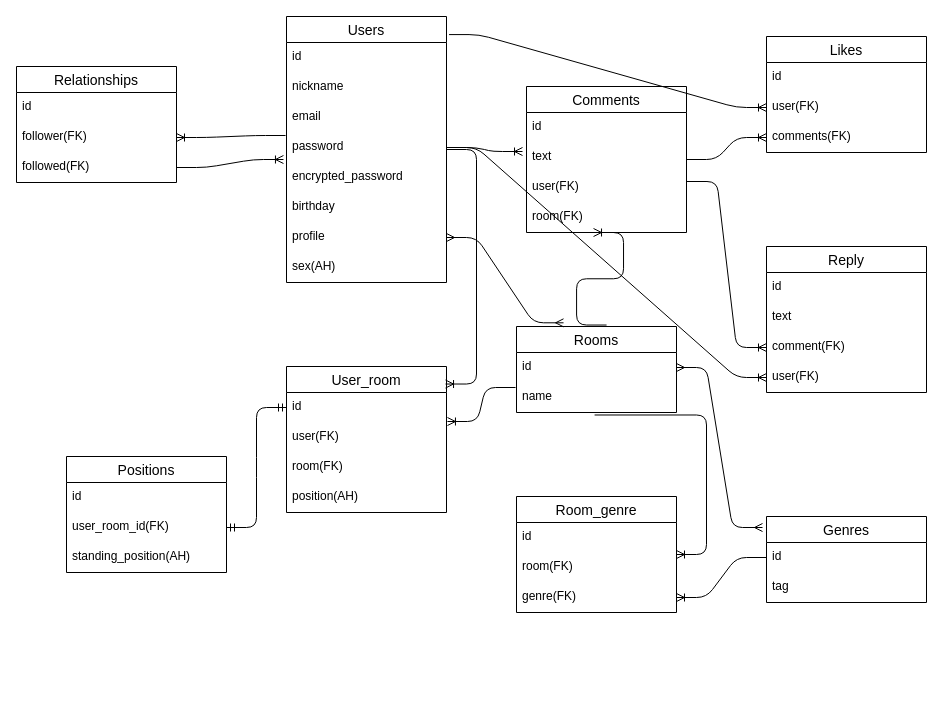
Above: ER図.dio in harukicode0/discussion_app_2022 (draw.io), before the change. Source tidied: cells renumbered, new cells numbered last; positions are measured from the earlier drawing's top-left corner, leaving out a move shared by most shapes. Both pictures are drawn from the tidied source at 100%, with x=0, y=0 at pixel (16, 16).
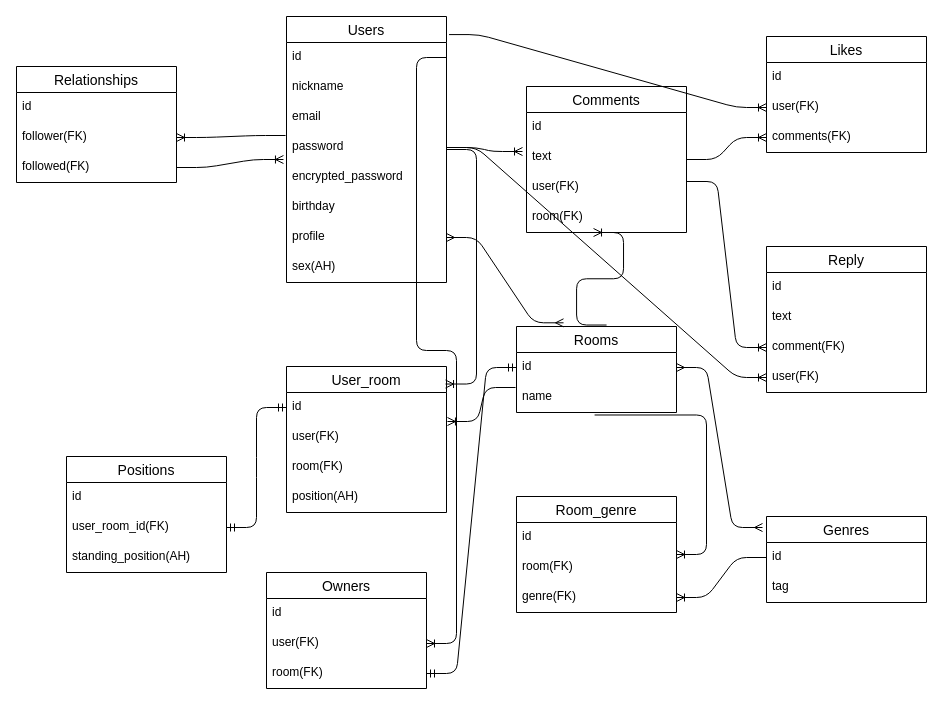
Above is the later version.

The change refers to these unchanged cells:
```xml
<mxCell id="3" value="id" style="text;strokeColor=none;fillColor=none;spacingLeft=4;spacingRight=4;overflow=hidden;points=[[0,0.5],[1,0.5]];portConstraint=eastwest;fontSize=12;" parent="2" vertex="1">
  <mxGeometry y="26" width="160" height="30" as="geometry" />
</mxCell>
<mxCell id="12" value="id" style="text;strokeColor=none;fillColor=none;spacingLeft=4;spacingRight=4;overflow=hidden;points=[[0,0.5],[1,0.5]];portConstraint=eastwest;fontSize=12;" parent="11" vertex="1">
  <mxGeometry y="26" width="160" height="30" as="geometry" />
</mxCell>
```

What changed in the source:
```diff
@@
+    <mxCell id="63" value="Owners" style="swimlane;fontStyle=0;horizontal=1;startSize=26;align=center;fontSize=14;" parent="1" vertex="1">
+      <mxGeometry x="250" y="556" width="160" height="116" as="geometry" />
+    </mxCell>
+    <mxCell id="64" value="id" style="text;strokeColor=none;fillColor=none;spacingLeft=4;spacingRight=4;overflow=hidden;fontSize=12;" parent="63" vertex="1">
+      <mxGeometry y="26" width="160" height="30" as="geometry" />
+    </mxCell>
+    <mxCell id="65" value="user(FK)" style="text;strokeColor=none;fillColor=none;spacingLeft=4;spacingRight=4;overflow=hidden;points=[[0,0.5],[1,0.5]];portConstraint=eastwest;fontSize=12;" parent="63" vertex="1">
+      <mxGeometry y="56" width="160" height="30" as="geometry" />
+    </mxCell>
+    <mxCell id="66" value="room(FK)" style="text;strokeColor=none;fillColor=none;spacingLeft=4;spacingRight=4;overflow=hidden;points=[[0,0.5],[1,0.5]];portConstraint=eastwest;fontSize=12;" parent="63" vertex="1">
+      <mxGeometry y="86" width="160" height="30" as="geometry" />
+    </mxCell>
+    <mxCell id="67" style="edgeStyle=entityRelationEdgeStyle;fontSize=12;html=1;endArrow=ERoneToMany;exitX=1;exitY=0.5;exitDx=0;exitDy=0;entryX=1;entryY=0.5;entryDx=0;entryDy=0;" parent="1" edge="1" source="3" target="65">
+      <mxGeometry relative="1" as="geometry" />
+    </mxCell>
+    <mxCell id="68" style="edgeStyle=entityRelationEdgeStyle;fontSize=12;html=1;endArrow=ERmandOne;startArrow=ERmandOne;entryX=0;entryY=0.5;entryDx=0;entryDy=0;exitX=1;exitY=0.5;exitDx=0;exitDy=0;" parent="1" edge="1" source="66" target="12">
+      <mxGeometry relative="1" as="geometry" />
+    </mxCell>
```
